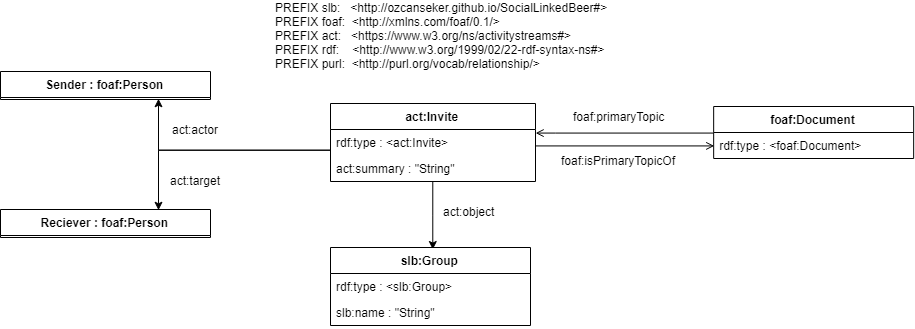
Above: docs/images/grouprequest.png in ozcanseker/Social-linked-beer (draw.io), before the change. Source tidied: cells renumbered, new cells last; positions are measured from the earlier drawing's top-left corner, leaving out a move shared by most shapes. Its diagram source:
```xml
<mxGraphModel>
  <root>
    <mxCell id="0" />
    <mxCell id="1" parent="0" />
    <mxCell id="2" value="PREFIX slb:&amp;nbsp; &amp;nbsp;&amp;lt;http://ozcanseker.github.io/SocialLinkedBeer#&amp;gt;&lt;br&gt;PREFIX foaf:&amp;nbsp; &amp;lt;http://xmlns.com/foaf/0.1/&amp;gt;&amp;nbsp;&lt;br&gt;PREFIX act:&amp;nbsp; &amp;nbsp;&amp;lt;&lt;a href=&quot;https://www.w3.org/ns/activitystreams&quot;&gt;https://www.w3.org/ns/activitystreams#&lt;/a&gt;&amp;gt;&amp;nbsp;&lt;br&gt;PREFIX rdf:&amp;nbsp; &amp;nbsp; &amp;lt;http://www.w3.org/1999/02/22-rdf-syntax-ns#&amp;gt;&lt;br&gt;PREFIX purl:&amp;nbsp; &amp;lt;http://purl.org/vocab/relationship/&amp;gt;&amp;nbsp;" style="text;html=1;align=left;verticalAlign=middle;" parent="1" vertex="1">
      <mxGeometry x="273.2" width="350" height="70" as="geometry" />
    </mxCell>
    <mxCell id="3" value="Reciever : foaf:Person" style="swimlane;fontStyle=1;align=center;verticalAlign=top;horizontal=1;startSize=26;" parent="1" vertex="1">
      <mxGeometry y="209" width="210" height="28" as="geometry" />
    </mxCell>
    <mxCell id="4" style="edgeStyle=orthogonalEdgeStyle;rounded=0;jettySize=auto;html=1;" parent="1" edge="1" source="7">
      <mxGeometry relative="1" as="geometry">
        <mxPoint x="432.3" y="249" as="targetPoint" />
      </mxGeometry>
    </mxCell>
    <mxCell id="5" style="edgeStyle=orthogonalEdgeStyle;rounded=0;jettySize=auto;html=1;entryX=0.75;entryY=0;entryDx=0;entryDy=0;" parent="1" edge="1" source="7" target="3">
      <mxGeometry relative="1" as="geometry">
        <Array as="points">
          <mxPoint x="158" y="149" />
        </Array>
      </mxGeometry>
    </mxCell>
    <mxCell id="6" style="edgeStyle=orthogonalEdgeStyle;rounded=0;jettySize=auto;html=1;entryX=0.75;entryY=1;entryDx=0;entryDy=0;" parent="1" edge="1" source="7" target="19">
      <mxGeometry relative="1" as="geometry">
        <Array as="points">
          <mxPoint x="158" y="149" />
        </Array>
      </mxGeometry>
    </mxCell>
    <mxCell id="7" value="act:Invite" style="swimlane;fontStyle=1;align=center;verticalAlign=top;horizontal=1;startSize=26;" parent="1" vertex="1">
      <mxGeometry x="330" y="103" width="205" height="78" as="geometry" />
    </mxCell>
    <mxCell id="8" value="rdf:type : &lt;act:Invite&gt; &#10; " style="text;strokeColor=none;fillColor=none;align=left;verticalAlign=top;spacingLeft=4;spacingRight=4;overflow=hidden;" parent="7" vertex="1">
      <mxGeometry y="26" width="205" height="26" as="geometry" />
    </mxCell>
    <mxCell id="9" value="act:summary : &quot;String&quot; &#10; " style="text;strokeColor=none;fillColor=none;align=left;verticalAlign=top;spacingLeft=4;spacingRight=4;overflow=hidden;" parent="7" vertex="1">
      <mxGeometry y="52" width="205" height="26" as="geometry" />
    </mxCell>
    <mxCell id="10" value="act:actor" style="text;html=1;align=center;verticalAlign=middle;" parent="1" vertex="1">
      <mxGeometry x="165" y="119" width="60" height="20" as="geometry" />
    </mxCell>
    <mxCell id="11" value="act:object" style="text;html=1;align=center;verticalAlign=middle;" parent="1" vertex="1">
      <mxGeometry x="433.2" y="201" width="70" height="20" as="geometry" />
    </mxCell>
    <mxCell id="12" value="act:target" style="text;html=1;align=center;verticalAlign=middle;" parent="1" vertex="1">
      <mxGeometry x="160" y="170" width="70" height="20" as="geometry" />
    </mxCell>
    <mxCell id="13" style="edgeStyle=orthogonalEdgeStyle;rounded=0;jettySize=auto;html=1;entryX=1;entryY=0;entryDx=0;entryDy=0;entryPerimeter=0;startArrow=none;startFill=0;startSize=0;sourcePerimeterSpacing=0;endArrow=open;endFill=0;endSize=6;targetPerimeterSpacing=0;" parent="1" edge="1" source="14">
      <mxGeometry relative="1" as="geometry">
        <mxPoint x="535.1" y="132.6" as="targetPoint" />
        <Array as="points">
          <mxPoint x="555" y="132" />
          <mxPoint x="555" y="132" />
        </Array>
      </mxGeometry>
    </mxCell>
    <mxCell id="14" value="foaf:Document" style="swimlane;fontStyle=1;align=center;verticalAlign=top;horizontal=1;startSize=26;" parent="1" vertex="1">
      <mxGeometry x="713.2" y="106" width="200" height="52" as="geometry" />
    </mxCell>
    <mxCell id="15" value="rdf:type : &lt;foaf:Document&gt; &#10; " style="text;strokeColor=none;fillColor=none;align=left;verticalAlign=top;spacingLeft=4;spacingRight=4;overflow=hidden;points=[[0,0.5],[1,0.5]];portConstraint=eastwest;" parent="14" vertex="1">
      <mxGeometry y="26" width="200" height="26" as="geometry" />
    </mxCell>
    <mxCell id="16" value="foaf:primaryTopic" style="text;html=1;align=center;verticalAlign=middle;" parent="1" vertex="1">
      <mxGeometry x="563.2" y="106" width="110" height="20" as="geometry" />
    </mxCell>
    <mxCell id="17" style="edgeStyle=orthogonalEdgeStyle;rounded=0;jettySize=auto;html=1;entryX=0;entryY=0.5;entryDx=0;entryDy=0;startArrow=none;startFill=0;sourcePerimeterSpacing=0;endArrow=open;endFill=0;targetPerimeterSpacing=0;startSize=0;" parent="1" edge="1" target="15">
      <mxGeometry relative="1" as="geometry">
        <mxPoint x="535.1" y="145.4" as="sourcePoint" />
        <Array as="points">
          <mxPoint x="535.2" y="145" />
        </Array>
      </mxGeometry>
    </mxCell>
    <mxCell id="18" value="foaf:isPrimaryTopicOf" style="text;html=1;align=center;verticalAlign=middle;" parent="1" vertex="1">
      <mxGeometry x="553.2" y="150" width="130" height="20" as="geometry" />
    </mxCell>
    <mxCell id="19" value="Sender : foaf:Person" style="swimlane;fontStyle=1;align=center;verticalAlign=top;horizontal=1;startSize=26;" parent="1" vertex="1">
      <mxGeometry y="71" width="210" height="28" as="geometry" />
    </mxCell>
    <mxCell id="20" value="slb:Group" style="swimlane;fontStyle=1;align=center;verticalAlign=top;horizontal=1;startSize=26;" parent="1" vertex="1">
      <mxGeometry x="330" y="247" width="200" height="78" as="geometry" />
    </mxCell>
    <mxCell id="21" value="rdf:type : &lt;slb:Group&gt; &#10; " style="text;strokeColor=none;fillColor=none;align=left;verticalAlign=top;spacingLeft=4;spacingRight=4;overflow=hidden;" parent="20" vertex="1">
      <mxGeometry y="26" width="200" height="26" as="geometry" />
    </mxCell>
    <mxCell id="22" value="slb:name : &quot;String&quot; &#10; " style="text;strokeColor=none;fillColor=none;align=left;verticalAlign=top;spacingLeft=4;spacingRight=4;overflow=hidden;" parent="20" vertex="1">
      <mxGeometry y="52" width="200" height="26" as="geometry" />
    </mxCell>
  </root>
</mxGraphModel>
```
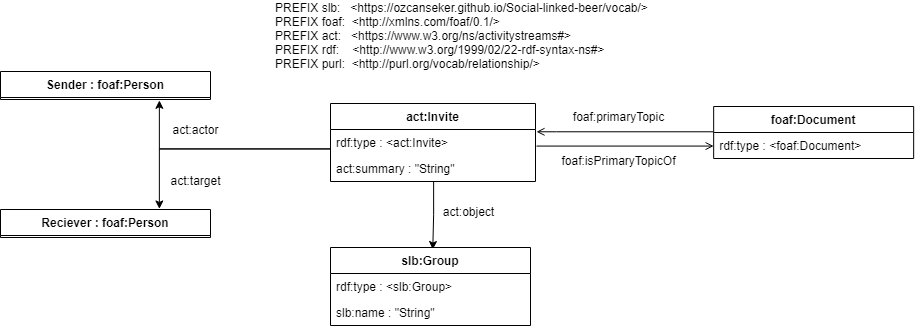
After the change.

Diff of the diagram source:
```diff
@@ -2,8 +2,8 @@
   <root>
     <mxCell id="0" />
     <mxCell id="1" parent="0" />
-    <mxCell id="2" value="PREFIX slb:&amp;nbsp; &amp;nbsp;&amp;lt;http://ozcanseker.github.io/SocialLinkedBeer#&amp;gt;&lt;br&gt;PREFIX foaf:&amp;nbsp; &amp;lt;http://xmlns.com/foaf/0.1/&amp;gt;&amp;nbsp;&lt;br&gt;PREFIX act:&amp;nbsp; &amp;nbsp;&amp;lt;&lt;a href=&quot;https://www.w3.org/ns/activitystreams&quot;&gt;https://www.w3.org/ns/activitystreams#&lt;/a&gt;&amp;gt;&amp;nbsp;&lt;br&gt;PREFIX rdf:&amp;nbsp; &amp;nbsp; &amp;lt;http://www.w3.org/1999/02/22-rdf-syntax-ns#&amp;gt;&lt;br&gt;PREFIX purl:&amp;nbsp; &amp;lt;http://purl.org/vocab/relationship/&amp;gt;&amp;nbsp;" style="text;html=1;align=left;verticalAlign=middle;" parent="1" vertex="1">
-      <mxGeometry x="273.2" width="350" height="70" as="geometry" />
+    <mxCell id="2" value="PREFIX slb:&amp;nbsp; &amp;nbsp;&amp;lt;https://ozcanseker.github.io/Social-linked-beer/vocab/&amp;gt;&lt;br&gt;PREFIX foaf:&amp;nbsp; &amp;lt;http://xmlns.com/foaf/0.1/&amp;gt;&amp;nbsp;&lt;br&gt;PREFIX act:&amp;nbsp; &amp;nbsp;&amp;lt;&lt;a href=&quot;https://www.w3.org/ns/activitystreams&quot;&gt;https://www.w3.org/ns/activitystreams#&lt;/a&gt;&amp;gt;&amp;nbsp;&lt;br&gt;PREFIX rdf:&amp;nbsp; &amp;nbsp; &amp;lt;http://www.w3.org/1999/02/22-rdf-syntax-ns#&amp;gt;&lt;br&gt;PREFIX purl:&amp;nbsp; &amp;lt;http://purl.org/vocab/relationship/&amp;gt;&amp;nbsp;" style="text;html=1;align=left;verticalAlign=middle;" parent="1" vertex="1">
+      <mxGeometry x="273.2" width="390" height="70" as="geometry" />
     </mxCell>
     <mxCell id="3" value="Reciever : foaf:Person" style="swimlane;fontStyle=1;align=center;verticalAlign=top;horizontal=1;startSize=26;" parent="1" vertex="1">
       <mxGeometry y="209" width="210" height="28" as="geometry" />
@@ -47,7 +47,7 @@
     </mxCell>
     <mxCell id="13" style="edgeStyle=orthogonalEdgeStyle;rounded=0;jettySize=auto;html=1;entryX=1;entryY=0;entryDx=0;entryDy=0;entryPerimeter=0;startArrow=none;startFill=0;startSize=0;sourcePerimeterSpacing=0;endArrow=open;endFill=0;endSize=6;targetPerimeterSpacing=0;" parent="1" edge="1" source="14">
       <mxGeometry relative="1" as="geometry">
-        <mxPoint x="535.1" y="132.6" as="targetPoint" />
+        <mxPoint x="536" y="131.3" as="targetPoint" />
         <Array as="points">
           <mxPoint x="555" y="132" />
           <mxPoint x="555" y="132" />
@@ -65,7 +65,7 @@
     </mxCell>
     <mxCell id="17" style="edgeStyle=orthogonalEdgeStyle;rounded=0;jettySize=auto;html=1;entryX=0;entryY=0.5;entryDx=0;entryDy=0;startArrow=none;startFill=0;sourcePerimeterSpacing=0;endArrow=open;endFill=0;targetPerimeterSpacing=0;startSize=0;" parent="1" edge="1" target="15">
       <mxGeometry relative="1" as="geometry">
-        <mxPoint x="535.1" y="145.4" as="sourcePoint" />
+        <mxPoint x="536" y="145.6" as="sourcePoint" />
         <Array as="points">
           <mxPoint x="535.2" y="145" />
         </Array>
```
